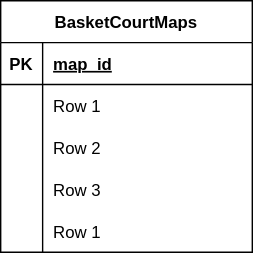
Before: src/app/_design/db.drawio.svg, a diagram exported from draw.io (yamaneko86/basket-court-map-ts). Source tidied: cells renumbered, new cells last; positions are measured from the earlier drawing's top-left corner, leaving out a move shared by most shapes. Its diagram source:
```xml
<mxGraphModel>
  <root>
    <mxCell id="0" />
    <mxCell id="1" parent="0" />
    <mxCell id="2" value="BasketCourtMaps" style="shape=table;startSize=30;rowLines=0;fontStyle=1;align=center;" parent="1" vertex="1">
      <mxGeometry width="180" height="180" as="geometry" />
    </mxCell>
    <mxCell id="3" style="shape=tableRow;horizontal=0;startSize=0;swimlaneHead=0;swimlaneBody=0;fillColor=none;top=0;left=0;right=0;bottom=1;" parent="2" vertex="1">
      <mxGeometry y="30" width="180" height="30" as="geometry" />
    </mxCell>
    <mxCell id="4" value="PK" style="shape=partialRectangle;fillColor=none;top=0;left=0;bottom=0;right=0;fontStyle=1;overflow=hidden;" parent="3" vertex="1">
      <mxGeometry width="30" height="30" as="geometry" />
    </mxCell>
    <mxCell id="5" value="map_id" style="shape=partialRectangle;fillColor=none;top=0;left=0;bottom=0;right=0;align=left;spacingLeft=6;fontStyle=5;overflow=hidden;" parent="3" vertex="1">
      <mxGeometry x="30" width="150" height="30" as="geometry" />
    </mxCell>
    <mxCell id="6" style="shape=tableRow;horizontal=0;startSize=0;swimlaneHead=0;swimlaneBody=0;fillColor=none;top=0;left=0;right=0;bottom=0;" parent="2" vertex="1">
      <mxGeometry y="60" width="180" height="30" as="geometry" />
    </mxCell>
    <mxCell id="7" style="shape=partialRectangle;fillColor=none;top=0;left=0;bottom=0;right=0;overflow=hidden;" parent="6" vertex="1">
      <mxGeometry width="30" height="30" as="geometry" />
    </mxCell>
    <mxCell id="8" value="Row 1" style="shape=partialRectangle;fillColor=none;top=0;left=0;bottom=0;right=0;align=left;spacingLeft=6;overflow=hidden;" parent="6" vertex="1">
      <mxGeometry x="30" width="150" height="30" as="geometry" />
    </mxCell>
    <mxCell id="9" style="shape=tableRow;horizontal=0;startSize=0;swimlaneHead=0;swimlaneBody=0;fillColor=none;top=0;left=0;right=0;bottom=0;" parent="2" vertex="1">
      <mxGeometry y="90" width="180" height="30" as="geometry" />
    </mxCell>
    <mxCell id="10" style="shape=partialRectangle;fillColor=none;top=0;left=0;bottom=0;right=0;overflow=hidden;" parent="9" vertex="1">
      <mxGeometry width="30" height="30" as="geometry" />
    </mxCell>
    <mxCell id="11" value="Row 2" style="shape=partialRectangle;fillColor=none;top=0;left=0;bottom=0;right=0;align=left;spacingLeft=6;overflow=hidden;" parent="9" vertex="1">
      <mxGeometry x="30" width="150" height="30" as="geometry" />
    </mxCell>
    <mxCell id="12" style="shape=tableRow;horizontal=0;startSize=0;swimlaneHead=0;swimlaneBody=0;fillColor=none;top=0;left=0;right=0;bottom=0;" parent="2" vertex="1">
      <mxGeometry y="120" width="180" height="30" as="geometry" />
    </mxCell>
    <mxCell id="13" style="shape=partialRectangle;fillColor=none;top=0;left=0;bottom=0;right=0;overflow=hidden;" parent="12" vertex="1">
      <mxGeometry width="30" height="30" as="geometry" />
    </mxCell>
    <mxCell id="14" value="Row 3" style="shape=partialRectangle;fillColor=none;top=0;left=0;bottom=0;right=0;align=left;spacingLeft=6;overflow=hidden;" parent="12" vertex="1">
      <mxGeometry x="30" width="150" height="30" as="geometry" />
    </mxCell>
    <mxCell id="15" style="shape=tableRow;horizontal=0;startSize=0;swimlaneHead=0;swimlaneBody=0;fillColor=none;top=0;left=0;right=0;bottom=0;" parent="2" vertex="1">
      <mxGeometry y="150" width="180" height="30" as="geometry" />
    </mxCell>
    <mxCell id="16" style="shape=partialRectangle;fillColor=none;top=0;left=0;bottom=0;right=0;overflow=hidden;" parent="15" vertex="1">
      <mxGeometry width="30" height="30" as="geometry" />
    </mxCell>
    <mxCell id="17" value="Row 1" style="shape=partialRectangle;fillColor=none;top=0;left=0;bottom=0;right=0;align=left;spacingLeft=6;overflow=hidden;" parent="15" vertex="1">
      <mxGeometry x="30" width="150" height="30" as="geometry" />
    </mxCell>
  </root>
</mxGraphModel>
```
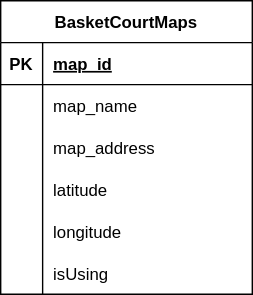
After the change.

Commit message:
データベース設計内容の更新

What changed in the source:
```diff
@@ -3,7 +3,7 @@
     <mxCell id="0" />
     <mxCell id="1" parent="0" />
     <mxCell id="2" value="BasketCourtMaps" style="shape=table;startSize=30;rowLines=0;fontStyle=1;align=center;" parent="1" vertex="1">
-      <mxGeometry width="180" height="180" as="geometry" />
+      <mxGeometry width="180" height="210" as="geometry" />
     </mxCell>
     <mxCell id="3" style="shape=tableRow;horizontal=0;startSize=0;swimlaneHead=0;swimlaneBody=0;fillColor=none;top=0;left=0;right=0;bottom=1;" parent="2" vertex="1">
       <mxGeometry y="30" width="180" height="30" as="geometry" />
@@ -20,7 +20,7 @@
     <mxCell id="7" style="shape=partialRectangle;fillColor=none;top=0;left=0;bottom=0;right=0;overflow=hidden;" parent="6" vertex="1">
       <mxGeometry width="30" height="30" as="geometry" />
     </mxCell>
-    <mxCell id="8" value="Row 1" style="shape=partialRectangle;fillColor=none;top=0;left=0;bottom=0;right=0;align=left;spacingLeft=6;overflow=hidden;" parent="6" vertex="1">
+    <mxCell id="8" value="map_name" style="shape=partialRectangle;fillColor=none;top=0;left=0;bottom=0;right=0;align=left;spacingLeft=6;overflow=hidden;" parent="6" vertex="1">
       <mxGeometry x="30" width="150" height="30" as="geometry" />
     </mxCell>
     <mxCell id="9" style="shape=tableRow;horizontal=0;startSize=0;swimlaneHead=0;swimlaneBody=0;fillColor=none;top=0;left=0;right=0;bottom=0;" parent="2" vertex="1">
@@ -29,7 +29,7 @@
     <mxCell id="10" style="shape=partialRectangle;fillColor=none;top=0;left=0;bottom=0;right=0;overflow=hidden;" parent="9" vertex="1">
       <mxGeometry width="30" height="30" as="geometry" />
     </mxCell>
-    <mxCell id="11" value="Row 2" style="shape=partialRectangle;fillColor=none;top=0;left=0;bottom=0;right=0;align=left;spacingLeft=6;overflow=hidden;" parent="9" vertex="1">
+    <mxCell id="11" value="map_address" style="shape=partialRectangle;fillColor=none;top=0;left=0;bottom=0;right=0;align=left;spacingLeft=6;overflow=hidden;" parent="9" vertex="1">
       <mxGeometry x="30" width="150" height="30" as="geometry" />
     </mxCell>
     <mxCell id="12" style="shape=tableRow;horizontal=0;startSize=0;swimlaneHead=0;swimlaneBody=0;fillColor=none;top=0;left=0;right=0;bottom=0;" parent="2" vertex="1">
@@ -38,7 +38,7 @@
     <mxCell id="13" style="shape=partialRectangle;fillColor=none;top=0;left=0;bottom=0;right=0;overflow=hidden;" parent="12" vertex="1">
       <mxGeometry width="30" height="30" as="geometry" />
     </mxCell>
-    <mxCell id="14" value="Row 3" style="shape=partialRectangle;fillColor=none;top=0;left=0;bottom=0;right=0;align=left;spacingLeft=6;overflow=hidden;" parent="12" vertex="1">
+    <mxCell id="14" value="latitude" style="shape=partialRectangle;fillColor=none;top=0;left=0;bottom=0;right=0;align=left;spacingLeft=6;overflow=hidden;" parent="12" vertex="1">
       <mxGeometry x="30" width="150" height="30" as="geometry" />
     </mxCell>
     <mxCell id="15" style="shape=tableRow;horizontal=0;startSize=0;swimlaneHead=0;swimlaneBody=0;fillColor=none;top=0;left=0;right=0;bottom=0;" parent="2" vertex="1">
@@ -47,8 +47,17 @@
     <mxCell id="16" style="shape=partialRectangle;fillColor=none;top=0;left=0;bottom=0;right=0;overflow=hidden;" parent="15" vertex="1">
       <mxGeometry width="30" height="30" as="geometry" />
     </mxCell>
-    <mxCell id="17" value="Row 1" style="shape=partialRectangle;fillColor=none;top=0;left=0;bottom=0;right=0;align=left;spacingLeft=6;overflow=hidden;" parent="15" vertex="1">
+    <mxCell id="17" value="longitude" style="shape=partialRectangle;fillColor=none;top=0;left=0;bottom=0;right=0;align=left;spacingLeft=6;overflow=hidden;" parent="15" vertex="1">
       <mxGeometry x="30" width="150" height="30" as="geometry" />
     </mxCell>
+    <mxCell id="18" style="shape=tableRow;horizontal=0;startSize=0;swimlaneHead=0;swimlaneBody=0;fillColor=none;top=0;left=0;right=0;bottom=0;" parent="2" vertex="1">
+      <mxGeometry y="180" width="180" height="30" as="geometry" />
+    </mxCell>
+    <mxCell id="19" style="shape=partialRectangle;fillColor=none;top=0;left=0;bottom=0;right=0;overflow=hidden;" parent="18" vertex="1">
+      <mxGeometry width="30" height="30" as="geometry" />
+    </mxCell>
+    <mxCell id="20" value="isUsing" style="shape=partialRectangle;fillColor=none;top=0;left=0;bottom=0;right=0;align=left;spacingLeft=6;overflow=hidden;" parent="18" vertex="1">
+      <mxGeometry x="30" width="150" height="30" as="geometry" />
+    </mxCell>
   </root>
 </mxGraphModel>
```
